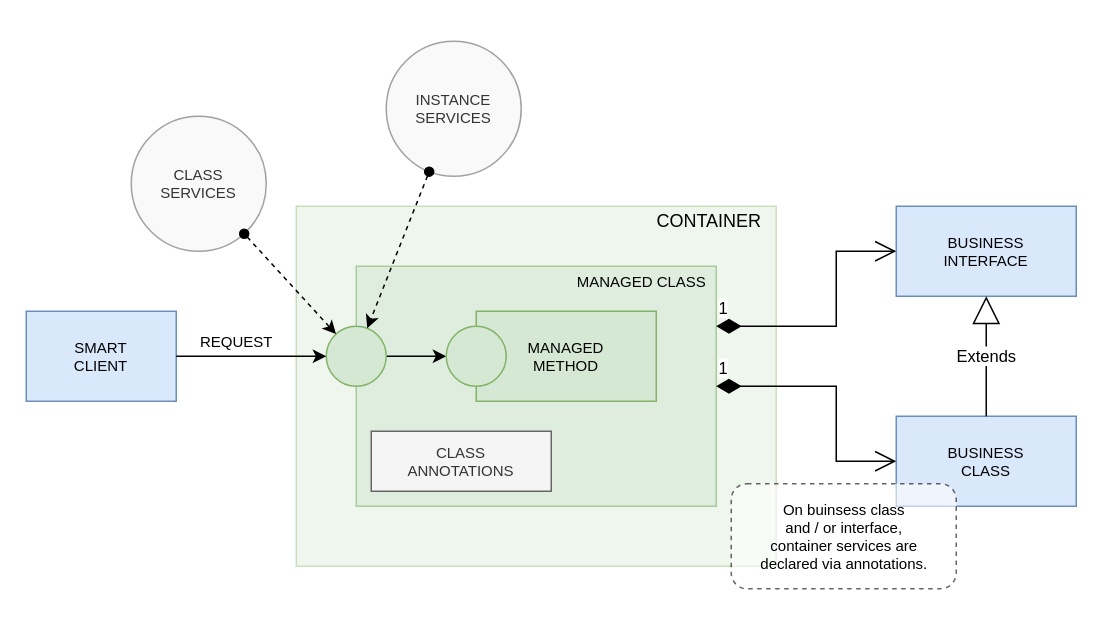
Earlier version of the draw.io diagram page "Class Services" (7 of 15) of docs/container.drawio (js-lib-com/tiny-container). Source tidied: cells renumbered, new cells numbered last; positions are measured from the earlier drawing's top-left corner, leaving out a move shared by most shapes. Both pictures are drawn from the tidied source at 150%, with x=0, y=0 at pixel (26, 40).
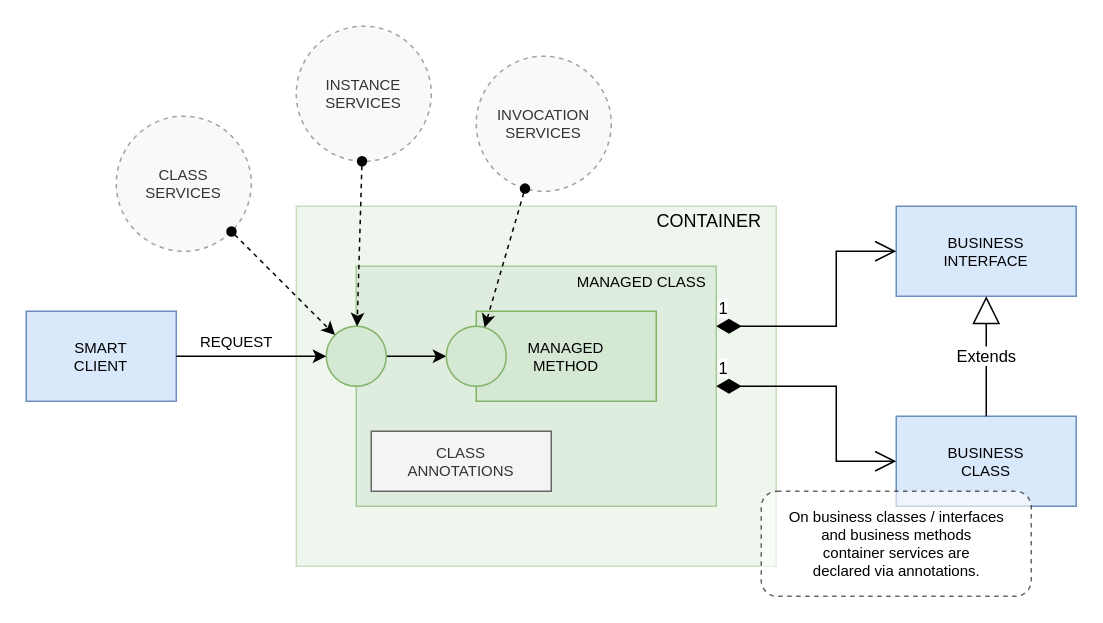
After the change.

The change refers to these unchanged cells:
```xml
<mxCell id="9" style="ellipse;whiteSpace=wrap;html=1;fillColor=#d5e8d4;strokeColor=#82b366;" parent="1" vertex="1">
  <mxGeometry x="280" y="190" width="40" height="40" as="geometry" />
</mxCell>
```

Diff of the diagram source:
```diff
@@
-    <mxCell id="14" value="CLASS&lt;br&gt;SERVICES" style="ellipse;whiteSpace=wrap;html=1;rounded=1;fontSize=10;fontColor=#333333;strokeColor=#666666;fillColor=#f5f5f5;verticalAlign=middle;spacing=0;opacity=60;" parent="1" vertex="1">
-      <mxGeometry x="70" y="50" width="90" height="90" as="geometry" />
+    <mxCell id="14" value="CLASS&lt;br&gt;SERVICES" style="ellipse;whiteSpace=wrap;html=1;rounded=1;fontSize=10;fontColor=#333333;strokeColor=#666666;fillColor=#f5f5f5;verticalAlign=middle;spacing=0;opacity=60;dashed=1;" parent="1" vertex="1">
+      <mxGeometry x="60" y="50" width="90" height="90" as="geometry" />
     </mxCell>
-    <mxCell id="15" value="INSTANCE&lt;br&gt;SERVICES" style="ellipse;whiteSpace=wrap;html=1;rounded=1;fontSize=10;fontColor=#333333;strokeColor=#666666;fillColor=#f5f5f5;verticalAlign=middle;spacing=0;opacity=60;" parent="1" vertex="1">
-      <mxGeometry x="240" width="90" height="90" as="geometry" />
+    <mxCell id="15" value="INSTANCE&lt;br&gt;SERVICES" style="ellipse;whiteSpace=wrap;html=1;rounded=1;fontSize=10;fontColor=#333333;strokeColor=#666666;fillColor=#f5f5f5;verticalAlign=middle;spacing=0;opacity=60;dashed=1;" parent="1" vertex="1">
+      <mxGeometry x="180" y="-10" width="90" height="90" as="geometry" />
     </mxCell>
@@
-    <mxCell id="23" value="On buinsess class &lt;br&gt;and / or interface, &lt;br&gt;container services are &lt;br&gt;declared via annotations." style="text;html=1;align=center;verticalAlign=middle;fontSize=10;spacing=10;labelBorderColor=none;dashed=1;fillColor=default;strokeColor=default;rounded=1;opacity=60;" parent="1" vertex="1">
-      <mxGeometry x="470" y="295" width="150" height="70" as="geometry" />
+    <mxCell id="23" value="On business classes / interfaces&lt;br&gt;and business methods&lt;br&gt;container services are&lt;br&gt;declared via annotations." style="text;html=1;align=center;verticalAlign=middle;fontSize=10;spacing=10;labelBorderColor=none;dashed=1;fillColor=default;strokeColor=default;rounded=1;opacity=60;" parent="1" vertex="1">
+      <mxGeometry x="490" y="300" width="180" height="70" as="geometry" />
     </mxCell>
+    <mxCell id="24" value="INVOCATION&lt;br&gt;SERVICES" style="ellipse;whiteSpace=wrap;html=1;rounded=1;fontSize=10;fontColor=#333333;strokeColor=#666666;fillColor=#f5f5f5;verticalAlign=middle;spacing=0;opacity=60;dashed=1;" parent="1" vertex="1">
+      <mxGeometry x="300" y="10" width="90" height="90" as="geometry" />
+    </mxCell>
+    <mxCell id="25" style="edgeStyle=none;rounded=0;jettySize=auto;html=1;dashed=1;fontSize=14;fontColor=#FF0000;startArrow=oval;startFill=1;" parent="1" edge="1" source="24" target="9">
+      <mxGeometry relative="1" as="geometry" />
+    </mxCell>
```
